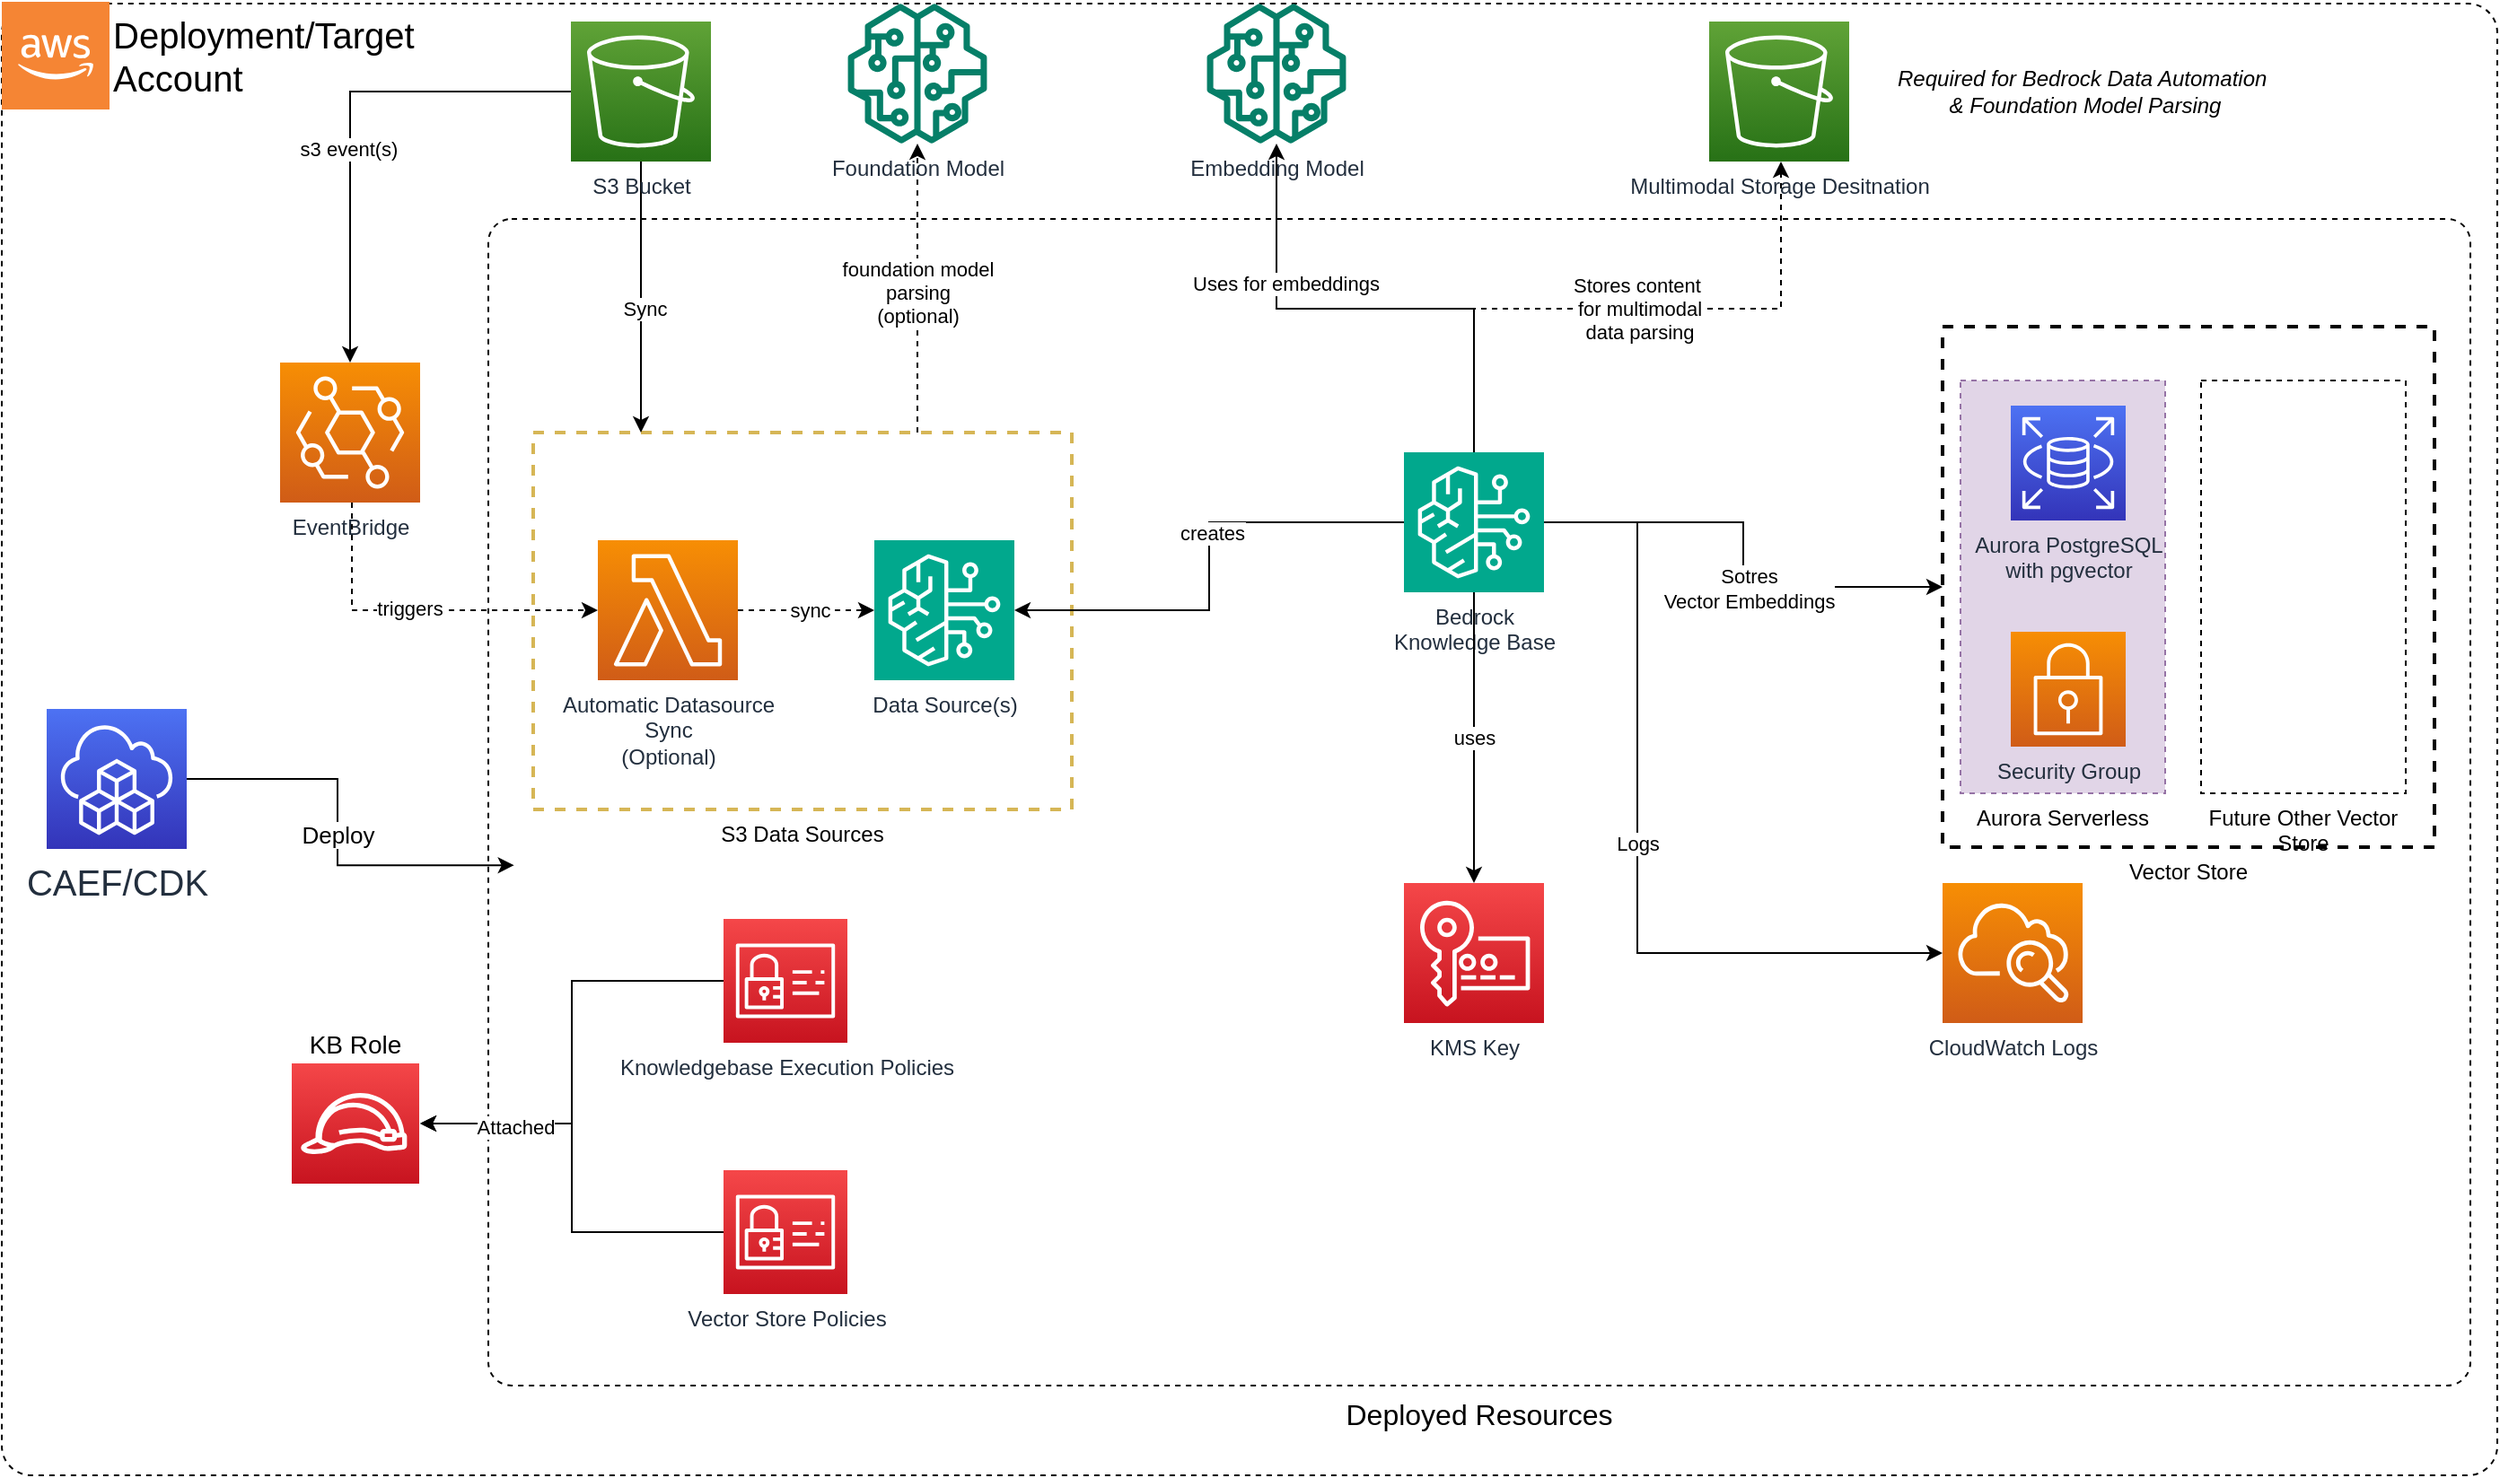
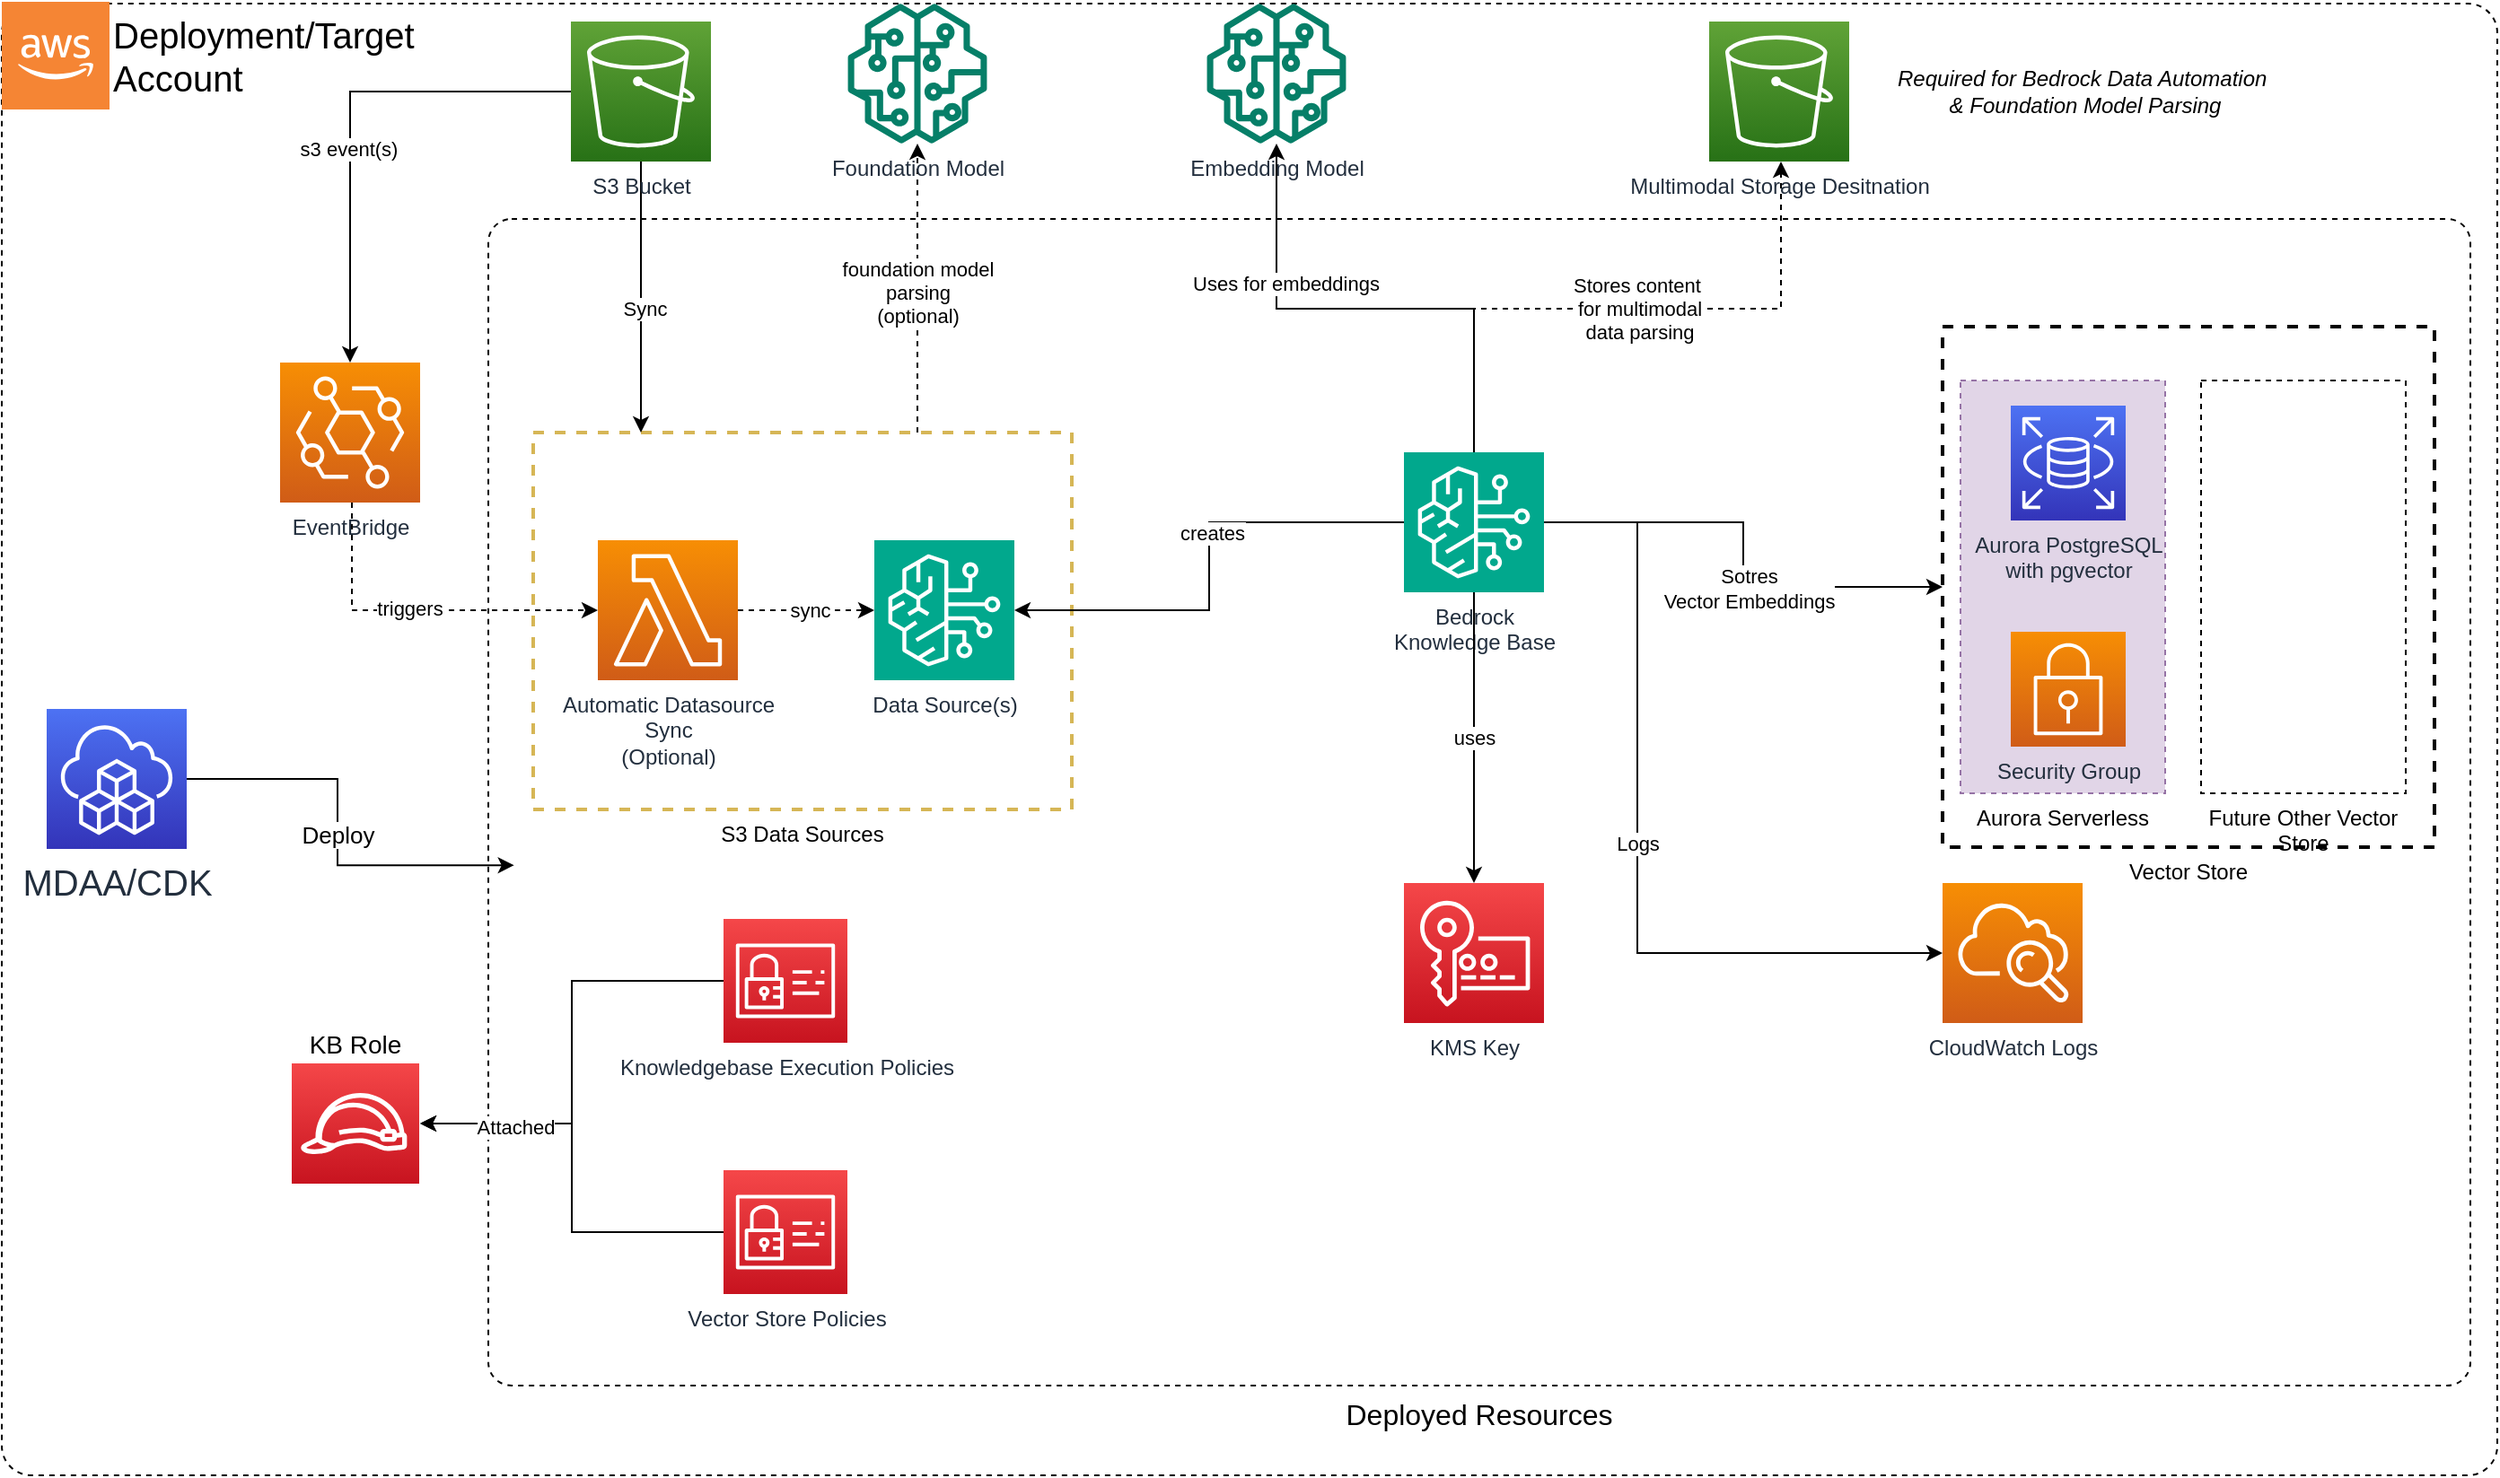
<mxfile host="Electron" agent="Mozilla/5.0 (Macintosh; Intel Mac OS X 10_15_7) AppleWebKit/537.36 (KHTML, like Gecko) draw.io/26.2.15 Chrome/134.0.6998.205 Electron/35.2.1 Safari/537.36" version="26.2.15">
  <diagram name="Page-1" id="bedrock-kb-architecture">
    <mxGraphModel dx="1992" dy="1244" grid="1" gridSize="10" guides="1" tooltips="1" connect="1" arrows="1" fold="1" page="1" pageScale="1" pageWidth="1400" pageHeight="900" math="0" shadow="0">
      <root>
        <mxCell id="0" />
        <mxCell id="1" parent="0" />
        <mxCell id="GsRXVs9v4z8RuMBvvd-P-30" value="" style="rounded=1;whiteSpace=wrap;html=1;fontSize=20;fillColor=none;arcSize=2;dashed=1;" vertex="1" parent="1">
          <mxGeometry x="5" y="10" width="1390" height="820" as="geometry" />
        </mxCell>
        <mxCell id="container" value="Deployed Resources" style="rounded=1;whiteSpace=wrap;html=1;fontSize=16;fillColor=none;arcSize=2;dashed=1;labelPosition=center;verticalLabelPosition=bottom;align=center;verticalAlign=top;" parent="1" vertex="1">
          <mxGeometry x="276" y="130" width="1104" height="650" as="geometry" />
        </mxCell>
        <mxCell id="vector-store-container" value="Vector Store" style="rounded=0;whiteSpace=wrap;html=1;labelPosition=center;verticalLabelPosition=bottom;align=center;verticalAlign=top;fillColor=none;strokeColor=default;dashed=1;strokeWidth=2;" parent="1" vertex="1">
          <mxGeometry x="1086" y="190" width="274" height="290" as="geometry" />
        </mxCell>
        <mxCell id="GsRXVs9v4z8RuMBvvd-P-26" value="Aurora Serverless" style="rounded=0;whiteSpace=wrap;html=1;labelPosition=center;verticalLabelPosition=bottom;align=center;verticalAlign=top;fillColor=#e1d5e7;strokeColor=#9673a6;dashed=1;" vertex="1" parent="1">
          <mxGeometry x="1096" y="220" width="114" height="230" as="geometry" />
        </mxCell>
        <mxCell id="aurora" value="Aurora PostgreSQL&#xa;with pgvector" style="sketch=0;points=[[0,0,0],[0.25,0,0],[0.5,0,0],[0.75,0,0],[1,0,0],[0,1,0],[0.25,1,0],[0.5,1,0],[0.75,1,0],[1,1,0],[0,0.25,0],[0,0.5,0],[0,0.75,0],[1,0.25,0],[1,0.5,0],[1,0.75,0]];outlineConnect=0;fontColor=#232F3E;gradientColor=#4D72F3;gradientDirection=north;fillColor=#3334B9;strokeColor=#ffffff;dashed=0;verticalLabelPosition=bottom;verticalAlign=top;align=center;html=1;fontSize=12;fontStyle=0;aspect=fixed;shape=mxgraph.aws4.resourceIcon;resIcon=mxgraph.aws4.rds;" parent="1" vertex="1">
          <mxGeometry x="1124" y="234" width="64" height="64" as="geometry" />
        </mxCell>
        <mxCell id="sg" value="Security Group" style="sketch=0;points=[[0,0,0],[0.25,0,0],[0.5,0,0],[0.75,0,0],[1,0,0],[0,1,0],[0.25,1,0],[0.5,1,0],[0.75,1,0],[1,1,0],[0,0.25,0],[0,0.5,0],[0,0.75,0],[1,0.25,0],[1,0.5,0],[1,0.75,0]];outlineConnect=0;fontColor=#232F3E;gradientColor=#F78E04;gradientDirection=north;fillColor=#D05C17;strokeColor=#ffffff;dashed=0;verticalLabelPosition=bottom;verticalAlign=top;align=center;html=1;fontSize=12;fontStyle=0;aspect=fixed;shape=mxgraph.aws4.resourceIcon;resIcon=mxgraph.aws4.security_group;" parent="1" vertex="1">
          <mxGeometry x="1124" y="360" width="64" height="64" as="geometry" />
        </mxCell>
        <mxCell id="GsRXVs9v4z8RuMBvvd-P-18" style="edgeStyle=orthogonalEdgeStyle;rounded=0;orthogonalLoop=1;jettySize=auto;html=1;dashed=1;" edge="1" parent="1" source="s3-container" target="GsRXVs9v4z8RuMBvvd-P-17">
          <mxGeometry relative="1" as="geometry">
            <Array as="points">
              <mxPoint x="515" y="170" />
              <mxPoint x="515" y="170" />
            </Array>
          </mxGeometry>
        </mxCell>
        <mxCell id="GsRXVs9v4z8RuMBvvd-P-19" value="foundation model&lt;div&gt;parsing&lt;/div&gt;&lt;div&gt;(optional)&lt;/div&gt;" style="edgeLabel;html=1;align=center;verticalAlign=middle;resizable=0;points=[];" vertex="1" connectable="0" parent="GsRXVs9v4z8RuMBvvd-P-18">
          <mxGeometry x="0.1623" y="-3" relative="1" as="geometry">
            <mxPoint x="-3" y="15" as="offset" />
          </mxGeometry>
        </mxCell>
        <mxCell id="s3-container" value="S3 Data Sources" style="rounded=0;whiteSpace=wrap;html=1;labelPosition=center;verticalLabelPosition=bottom;align=center;verticalAlign=top;fillColor=none;strokeColor=#d6b656;dashed=1;strokeWidth=2;" parent="1" vertex="1">
          <mxGeometry x="301" y="249" width="300" height="210" as="geometry" />
        </mxCell>
        <mxCell id="GsRXVs9v4z8RuMBvvd-P-10" style="edgeStyle=orthogonalEdgeStyle;rounded=0;orthogonalLoop=1;jettySize=auto;html=1;" edge="1" parent="1" source="s3" target="s3-container">
          <mxGeometry relative="1" as="geometry">
            <Array as="points">
              <mxPoint x="361" y="180" />
              <mxPoint x="361" y="180" />
            </Array>
          </mxGeometry>
        </mxCell>
        <mxCell id="GsRXVs9v4z8RuMBvvd-P-25" value="Sync" style="edgeLabel;html=1;align=center;verticalAlign=middle;resizable=0;points=[];" vertex="1" connectable="0" parent="GsRXVs9v4z8RuMBvvd-P-10">
          <mxGeometry x="0.0861" y="2" relative="1" as="geometry">
            <mxPoint as="offset" />
          </mxGeometry>
        </mxCell>
        <mxCell id="s3" value="S3 Bucket" style="sketch=0;points=[[0,0,0],[0.25,0,0],[0.5,0,0],[0.75,0,0],[1,0,0],[0,1,0],[0.25,1,0],[0.5,1,0],[0.75,1,0],[1,1,0],[0,0.25,0],[0,0.5,0],[0,0.75,0],[1,0.25,0],[1,0.5,0],[1,0.75,0]];outlineConnect=0;fontColor=#232F3E;gradientColor=#60A337;gradientDirection=north;fillColor=#277116;strokeColor=#ffffff;dashed=0;verticalLabelPosition=bottom;verticalAlign=top;align=center;html=1;fontSize=12;fontStyle=0;aspect=fixed;shape=mxgraph.aws4.resourceIcon;resIcon=mxgraph.aws4.s3;" parent="1" vertex="1">
          <mxGeometry x="322" y="20" width="78" height="78" as="geometry" />
        </mxCell>
        <mxCell id="datasource" value="Data Source(s)" style="sketch=0;points=[[0,0,0],[0.25,0,0],[0.5,0,0],[0.75,0,0],[1,0,0],[0,1,0],[0.25,1,0],[0.5,1,0],[0.75,1,0],[1,1,0],[0,0.25,0],[0,0.5,0],[0,0.75,0],[1,0.25,0],[1,0.5,0],[1,0.75,0]];outlineConnect=0;fontColor=#232F3E;fillColor=#01A88D;strokeColor=#ffffff;dashed=0;verticalLabelPosition=bottom;verticalAlign=top;align=center;html=1;fontSize=12;fontStyle=0;aspect=fixed;shape=mxgraph.aws4.resourceIcon;resIcon=mxgraph.aws4.bedrock;" parent="1" vertex="1">
          <mxGeometry x="491" y="309" width="78" height="78" as="geometry" />
        </mxCell>
        <mxCell id="embedding" value="Embedding Model" style="sketch=0;outlineConnect=0;fontColor=#232F3E;gradientColor=none;fillColor=#067F68;strokeColor=none;dashed=0;verticalLabelPosition=bottom;verticalAlign=top;align=center;html=1;fontSize=12;fontStyle=0;aspect=fixed;pointerEvents=1;shape=mxgraph.aws4.sagemaker_model;" parent="1" vertex="1">
          <mxGeometry x="676" y="10" width="78" height="78" as="geometry" />
        </mxCell>
        <mxCell id="kb-role-container" value="KB Role" style="group;labelPosition=center;verticalLabelPosition=top;align=center;verticalAlign=bottom;fontSize=14;" parent="1" vertex="1" connectable="0">
          <mxGeometry x="166" y="600" width="72" height="68" as="geometry" />
        </mxCell>
        <mxCell id="kb-role-bg" value="" style="rounded=0;whiteSpace=wrap;html=1;verticalAlign=bottom;fillColor=#C7131F;strokeColor=#ffffff;fontColor=#232F3E;sketch=0;gradientColor=#F54749;gradientDirection=north;dashed=0;fontStyle=0;labelPosition=center;verticalLabelPosition=top;align=center;" parent="kb-role-container" vertex="1">
          <mxGeometry width="72" height="68" as="geometry" />
        </mxCell>
        <mxCell id="kb-role-icon" value="" style="sketch=0;outlineConnect=0;dashed=0;verticalLabelPosition=bottom;verticalAlign=top;align=center;html=1;fontSize=12;fontStyle=0;aspect=fixed;pointerEvents=1;shape=mxgraph.aws4.role;" parent="kb-role-container" vertex="1">
          <mxGeometry x="5" y="17" width="60.27" height="34" as="geometry" />
        </mxCell>
        <mxCell id="GsRXVs9v4z8RuMBvvd-P-23" style="edgeStyle=orthogonalEdgeStyle;rounded=0;orthogonalLoop=1;jettySize=auto;html=1;entryX=1;entryY=0.5;entryDx=0;entryDy=0;" edge="1" parent="1" source="kb-policies" target="kb-role-bg">
          <mxGeometry relative="1" as="geometry" />
        </mxCell>
        <mxCell id="kb-policies" value="Knowledgebase Execution Policies" style="sketch=0;points=[[0,0,0],[0.25,0,0],[0.5,0,0],[0.75,0,0],[1,0,0],[0,1,0],[0.25,1,0],[0.5,1,0],[0.75,1,0],[1,1,0],[0,0.25,0],[0,0.5,0],[0,0.75,0],[1,0.25,0],[1,0.5,0],[1,0.75,0]];outlineConnect=0;fontColor=#232F3E;gradientColor=#F54749;gradientDirection=north;fillColor=#C7131F;strokeColor=#ffffff;dashed=0;verticalLabelPosition=bottom;verticalAlign=top;align=center;html=1;fontSize=12;fontStyle=0;aspect=fixed;shape=mxgraph.aws4.resourceIcon;resIcon=mxgraph.aws4.identity_and_access_management;" parent="1" vertex="1">
          <mxGeometry x="407" y="520" width="69" height="69" as="geometry" />
        </mxCell>
        <mxCell id="kb-kms" value="KMS Key" style="sketch=0;points=[[0,0,0],[0.25,0,0],[0.5,0,0],[0.75,0,0],[1,0,0],[0,1,0],[0.25,1,0],[0.5,1,0],[0.75,1,0],[1,1,0],[0,0.25,0],[0,0.5,0],[0,0.75,0],[1,0.25,0],[1,0.5,0],[1,0.75,0]];outlineConnect=0;fontColor=#232F3E;gradientColor=#F54749;gradientDirection=north;fillColor=#C7131F;strokeColor=#ffffff;dashed=0;verticalLabelPosition=bottom;verticalAlign=top;align=center;html=1;fontSize=12;fontStyle=0;aspect=fixed;shape=mxgraph.aws4.resourceIcon;resIcon=mxgraph.aws4.key_management_service;" parent="1" vertex="1">
          <mxGeometry x="786" y="500" width="78" height="78" as="geometry" />
        </mxCell>
        <mxCell id="logs" value="CloudWatch Logs" style="sketch=0;points=[[0,0,0],[0.25,0,0],[0.5,0,0],[0.75,0,0],[1,0,0],[0,1,0],[0.25,1,0],[0.5,1,0],[0.75,1,0],[1,1,0],[0,0.25,0],[0,0.5,0],[0,0.75,0],[1,0.25,0],[1,0.5,0],[1,0.75,0]];outlineConnect=0;fontColor=#232F3E;gradientColor=#F78E04;gradientDirection=north;fillColor=#D05C17;strokeColor=#ffffff;dashed=0;verticalLabelPosition=bottom;verticalAlign=top;align=center;html=1;fontSize=12;fontStyle=0;aspect=fixed;shape=mxgraph.aws4.resourceIcon;resIcon=mxgraph.aws4.cloudwatch;" parent="1" vertex="1">
          <mxGeometry x="1086" y="500" width="78" height="78" as="geometry" />
        </mxCell>
        <mxCell id="GsRXVs9v4z8RuMBvvd-P-12" value="" style="edgeStyle=orthogonalEdgeStyle;rounded=0;orthogonalLoop=1;jettySize=auto;html=1;dashed=1;" edge="1" parent="1" source="sync-lambda" target="datasource">
          <mxGeometry relative="1" as="geometry" />
        </mxCell>
        <mxCell id="GsRXVs9v4z8RuMBvvd-P-13" value="sync" style="edgeLabel;html=1;align=center;verticalAlign=middle;resizable=0;points=[];" vertex="1" connectable="0" parent="GsRXVs9v4z8RuMBvvd-P-12">
          <mxGeometry x="0.0435" relative="1" as="geometry">
            <mxPoint as="offset" />
          </mxGeometry>
        </mxCell>
        <mxCell id="sync-lambda" value="Automatic Datasource&lt;div&gt;Sync&lt;/div&gt;&lt;div&gt;(Optional)&lt;/div&gt;" style="sketch=0;points=[[0,0,0],[0.25,0,0],[0.5,0,0],[0.75,0,0],[1,0,0],[0,1,0],[0.25,1,0],[0.5,1,0],[0.75,1,0],[1,1,0],[0,0.25,0],[0,0.5,0],[0,0.75,0],[1,0.25,0],[1,0.5,0],[1,0.75,0]];outlineConnect=0;fontColor=#232F3E;gradientColor=#F78E04;gradientDirection=north;fillColor=#D05C17;strokeColor=#ffffff;dashed=0;verticalLabelPosition=bottom;verticalAlign=top;align=center;html=1;fontSize=12;fontStyle=0;aspect=fixed;shape=mxgraph.aws4.resourceIcon;resIcon=mxgraph.aws4.lambda;" parent="1" vertex="1">
          <mxGeometry x="337" y="309" width="78" height="78" as="geometry" />
        </mxCell>
        <mxCell id="eventbridge" value="EventBridge" style="sketch=0;points=[[0,0,0],[0.25,0,0],[0.5,0,0],[0.75,0,0],[1,0,0],[0,1,0],[0.25,1,0],[0.5,1,0],[0.75,1,0],[1,1,0],[0,0.25,0],[0,0.5,0],[0,0.75,0],[1,0.25,0],[1,0.5,0],[1,0.75,0]];outlineConnect=0;fontColor=#232F3E;gradientColor=#F78E04;gradientDirection=north;fillColor=#D05C17;strokeColor=#ffffff;dashed=0;verticalLabelPosition=bottom;verticalAlign=top;align=center;html=1;fontSize=12;fontStyle=0;aspect=fixed;shape=mxgraph.aws4.resourceIcon;resIcon=mxgraph.aws4.eventbridge;" parent="1" vertex="1">
          <mxGeometry x="160" y="210" width="78" height="78" as="geometry" />
        </mxCell>
        <mxCell id="kb-to-embedding" style="edgeStyle=orthogonalEdgeStyle;rounded=0;orthogonalLoop=1;jettySize=auto;html=1;exitX=0.5;exitY=0;exitDx=0;exitDy=0;exitPerimeter=0;" parent="1" source="GsRXVs9v4z8RuMBvvd-P-1" target="embedding" edge="1">
          <mxGeometry relative="1" as="geometry">
            <mxPoint x="825" y="300" as="sourcePoint" />
            <Array as="points">
              <mxPoint x="825" y="180" />
              <mxPoint x="715" y="180" />
            </Array>
          </mxGeometry>
        </mxCell>
        <mxCell id="kb-to-embedding-label" value="Uses for embeddings" style="edgeLabel;html=1;align=center;verticalAlign=middle;resizable=0;points=[];" parent="kb-to-embedding" vertex="1" connectable="0">
          <mxGeometry x="-0.1" y="2" relative="1" as="geometry">
            <mxPoint x="-58" y="-16" as="offset" />
          </mxGeometry>
        </mxCell>
        <mxCell id="GsRXVs9v4z8RuMBvvd-P-3" style="edgeStyle=orthogonalEdgeStyle;rounded=0;orthogonalLoop=1;jettySize=auto;html=1;" edge="1" parent="1" source="GsRXVs9v4z8RuMBvvd-P-1" target="datasource">
          <mxGeometry relative="1" as="geometry" />
        </mxCell>
        <mxCell id="GsRXVs9v4z8RuMBvvd-P-11" value="creates" style="edgeLabel;html=1;align=center;verticalAlign=middle;resizable=0;points=[];" vertex="1" connectable="0" parent="GsRXVs9v4z8RuMBvvd-P-3">
          <mxGeometry x="-0.1414" y="1" relative="1" as="geometry">
            <mxPoint as="offset" />
          </mxGeometry>
        </mxCell>
        <mxCell id="GsRXVs9v4z8RuMBvvd-P-4" style="edgeStyle=orthogonalEdgeStyle;rounded=0;orthogonalLoop=1;jettySize=auto;html=1;" edge="1" parent="1" source="GsRXVs9v4z8RuMBvvd-P-1" target="vector-store-container">
          <mxGeometry relative="1" as="geometry" />
        </mxCell>
        <mxCell id="GsRXVs9v4z8RuMBvvd-P-22" value="Sotres&lt;div&gt;Vector Embeddings&lt;/div&gt;" style="edgeLabel;html=1;align=center;verticalAlign=middle;resizable=0;points=[];" vertex="1" connectable="0" parent="GsRXVs9v4z8RuMBvvd-P-4">
          <mxGeometry x="0.1622" y="-1" relative="1" as="geometry">
            <mxPoint as="offset" />
          </mxGeometry>
        </mxCell>
        <mxCell id="GsRXVs9v4z8RuMBvvd-P-6" style="edgeStyle=orthogonalEdgeStyle;rounded=0;orthogonalLoop=1;jettySize=auto;html=1;dashed=1;" edge="1" parent="1" source="GsRXVs9v4z8RuMBvvd-P-1" target="GsRXVs9v4z8RuMBvvd-P-5">
          <mxGeometry relative="1" as="geometry">
            <Array as="points">
              <mxPoint x="825" y="180" />
              <mxPoint x="996" y="180" />
            </Array>
          </mxGeometry>
        </mxCell>
        <mxCell id="GsRXVs9v4z8RuMBvvd-P-7" value="Stores content&amp;nbsp;&lt;div&gt;for multimodal&lt;div&gt;data parsing&lt;/div&gt;&lt;/div&gt;" style="edgeLabel;html=1;align=center;verticalAlign=middle;resizable=0;points=[];" vertex="1" connectable="0" parent="GsRXVs9v4z8RuMBvvd-P-6">
          <mxGeometry x="0.125" y="1" relative="1" as="geometry">
            <mxPoint x="-16" y="1" as="offset" />
          </mxGeometry>
        </mxCell>
        <mxCell id="GsRXVs9v4z8RuMBvvd-P-1" value="Bedrock&lt;div&gt;Knowledge Base&lt;/div&gt;" style="sketch=0;points=[[0,0,0],[0.25,0,0],[0.5,0,0],[0.75,0,0],[1,0,0],[0,1,0],[0.25,1,0],[0.5,1,0],[0.75,1,0],[1,1,0],[0,0.25,0],[0,0.5,0],[0,0.75,0],[1,0.25,0],[1,0.5,0],[1,0.75,0]];outlineConnect=0;fontColor=#232F3E;fillColor=#01A88D;strokeColor=#ffffff;dashed=0;verticalLabelPosition=bottom;verticalAlign=top;align=center;html=1;fontSize=12;fontStyle=0;aspect=fixed;shape=mxgraph.aws4.resourceIcon;resIcon=mxgraph.aws4.bedrock;" vertex="1" parent="1">
          <mxGeometry x="786" y="260" width="78" height="78" as="geometry" />
        </mxCell>
        <mxCell id="GsRXVs9v4z8RuMBvvd-P-5" value="Multimodal Storage Desitnation" style="sketch=0;points=[[0,0,0],[0.25,0,0],[0.5,0,0],[0.75,0,0],[1,0,0],[0,1,0],[0.25,1,0],[0.5,1,0],[0.75,1,0],[1,1,0],[0,0.25,0],[0,0.5,0],[0,0.75,0],[1,0.25,0],[1,0.5,0],[1,0.75,0]];outlineConnect=0;fontColor=#232F3E;gradientColor=#60A337;gradientDirection=north;fillColor=#277116;strokeColor=#ffffff;dashed=0;verticalLabelPosition=bottom;verticalAlign=top;align=center;html=1;fontSize=12;fontStyle=0;aspect=fixed;shape=mxgraph.aws4.resourceIcon;resIcon=mxgraph.aws4.s3;" vertex="1" parent="1">
          <mxGeometry x="956" y="20" width="78" height="78" as="geometry" />
        </mxCell>
        <mxCell id="GsRXVs9v4z8RuMBvvd-P-8" value="Logs" style="edgeStyle=orthogonalEdgeStyle;rounded=0;orthogonalLoop=1;jettySize=auto;html=1;entryX=0;entryY=0.5;entryDx=0;entryDy=0;entryPerimeter=0;" edge="1" parent="1" source="GsRXVs9v4z8RuMBvvd-P-1" target="logs">
          <mxGeometry relative="1" as="geometry">
            <Array as="points">
              <mxPoint x="916" y="299" />
              <mxPoint x="916" y="539" />
            </Array>
          </mxGeometry>
        </mxCell>
        <mxCell id="GsRXVs9v4z8RuMBvvd-P-14" style="edgeStyle=orthogonalEdgeStyle;rounded=0;orthogonalLoop=1;jettySize=auto;html=1;entryX=0.5;entryY=0;entryDx=0;entryDy=0;entryPerimeter=0;" edge="1" parent="1" source="s3" target="eventbridge">
          <mxGeometry relative="1" as="geometry" />
        </mxCell>
        <mxCell id="GsRXVs9v4z8RuMBvvd-P-15" value="s3 event(s)" style="edgeLabel;html=1;align=center;verticalAlign=middle;resizable=0;points=[];" vertex="1" connectable="0" parent="GsRXVs9v4z8RuMBvvd-P-14">
          <mxGeometry x="0.1261" y="-1" relative="1" as="geometry">
            <mxPoint as="offset" />
          </mxGeometry>
        </mxCell>
        <mxCell id="GsRXVs9v4z8RuMBvvd-P-16" value="uses" style="edgeStyle=orthogonalEdgeStyle;rounded=0;orthogonalLoop=1;jettySize=auto;html=1;entryX=0.5;entryY=0;entryDx=0;entryDy=0;entryPerimeter=0;" edge="1" parent="1" source="GsRXVs9v4z8RuMBvvd-P-1" target="kb-kms">
          <mxGeometry relative="1" as="geometry" />
        </mxCell>
        <mxCell id="GsRXVs9v4z8RuMBvvd-P-17" value="Foundation Model" style="sketch=0;outlineConnect=0;fontColor=#232F3E;gradientColor=none;fillColor=#067F68;strokeColor=none;dashed=0;verticalLabelPosition=bottom;verticalAlign=top;align=center;html=1;fontSize=12;fontStyle=0;aspect=fixed;pointerEvents=1;shape=mxgraph.aws4.sagemaker_model;" vertex="1" parent="1">
          <mxGeometry x="476" y="10" width="78" height="78" as="geometry" />
        </mxCell>
        <mxCell id="GsRXVs9v4z8RuMBvvd-P-20" style="edgeStyle=orthogonalEdgeStyle;rounded=0;orthogonalLoop=1;jettySize=auto;html=1;entryX=0;entryY=0.5;entryDx=0;entryDy=0;entryPerimeter=0;dashed=1;" edge="1" parent="1" source="eventbridge" target="sync-lambda">
          <mxGeometry relative="1" as="geometry">
            <Array as="points">
              <mxPoint x="200" y="348" />
            </Array>
          </mxGeometry>
        </mxCell>
        <mxCell id="GsRXVs9v4z8RuMBvvd-P-21" value="triggers" style="edgeLabel;html=1;align=center;verticalAlign=middle;resizable=0;points=[];" vertex="1" connectable="0" parent="GsRXVs9v4z8RuMBvvd-P-20">
          <mxGeometry x="-0.0718" y="1" relative="1" as="geometry">
            <mxPoint as="offset" />
          </mxGeometry>
        </mxCell>
        <mxCell id="GsRXVs9v4z8RuMBvvd-P-27" value="Future Other Vector Store" style="rounded=0;whiteSpace=wrap;html=1;labelPosition=center;verticalLabelPosition=bottom;align=center;verticalAlign=top;fillColor=none;strokeColor=default;dashed=1;" vertex="1" parent="1">
          <mxGeometry x="1230" y="220" width="114" height="230" as="geometry" />
        </mxCell>
        <mxCell id="GsRXVs9v4z8RuMBvvd-P-28" value="&lt;i&gt;Required for Bedrock Data Automation&amp;nbsp;&lt;/i&gt;&lt;div&gt;&lt;i&gt;&amp;amp; Foundation Model Parsing&lt;/i&gt;&lt;/div&gt;" style="text;html=1;align=center;verticalAlign=middle;resizable=0;points=[];autosize=1;strokeColor=none;fillColor=none;" vertex="1" parent="1">
          <mxGeometry x="1050" y="39" width="230" height="40" as="geometry" />
        </mxCell>
-         <mxCell id="GsRXVs9v4z8RuMBvvd-P-29" value="CAEF/CDK" style="sketch=0;points=[[0,0,0],[0.25,0,0],[0.5,0,0],[0.75,0,0],[1,0,0],[0,1,0],[0.25,1,0],[0.5,1,0],[0.75,1,0],[1,1,0],[0,0.25,0],[0,0.5,0],[0,0.75,0],[1,0.25,0],[1,0.5,0],[1,0.75,0]];outlineConnect=0;fontColor=#232F3E;gradientColor=#4D72F3;gradientDirection=north;fillColor=#3334B9;strokeColor=#ffffff;dashed=0;verticalLabelPosition=bottom;verticalAlign=top;align=center;html=1;fontSize=20;fontStyle=0;aspect=fixed;shape=mxgraph.aws4.resourceIcon;resIcon=mxgraph.aws4.cloud_development_kit;" vertex="1" parent="1">
+         <mxCell id="GsRXVs9v4z8RuMBvvd-P-29" value="MDAA/CDK" style="sketch=0;points=[[0,0,0],[0.25,0,0],[0.5,0,0],[0.75,0,0],[1,0,0],[0,1,0],[0.25,1,0],[0.5,1,0],[0.75,1,0],[1,1,0],[0,0.25,0],[0,0.5,0],[0,0.75,0],[1,0.25,0],[1,0.5,0],[1,0.75,0]];outlineConnect=0;fontColor=#232F3E;gradientColor=#4D72F3;gradientDirection=north;fillColor=#3334B9;strokeColor=#ffffff;dashed=0;verticalLabelPosition=bottom;verticalAlign=top;align=center;html=1;fontSize=20;fontStyle=0;aspect=fixed;shape=mxgraph.aws4.resourceIcon;resIcon=mxgraph.aws4.cloud_development_kit;" vertex="1" parent="1">
          <mxGeometry x="30" y="403" width="78" height="78" as="geometry" />
        </mxCell>
        <mxCell id="GsRXVs9v4z8RuMBvvd-P-31" value="Deploy" style="edgeStyle=orthogonalEdgeStyle;rounded=0;orthogonalLoop=1;jettySize=auto;html=1;entryX=0.013;entryY=0.554;entryDx=0;entryDy=0;entryPerimeter=0;fontSize=13;" edge="1" parent="1" source="GsRXVs9v4z8RuMBvvd-P-29" target="container">
          <mxGeometry relative="1" as="geometry" />
        </mxCell>
        <mxCell id="GsRXVs9v4z8RuMBvvd-P-33" style="edgeStyle=orthogonalEdgeStyle;rounded=0;orthogonalLoop=1;jettySize=auto;html=1;entryX=1;entryY=0.5;entryDx=0;entryDy=0;" edge="1" parent="1" source="GsRXVs9v4z8RuMBvvd-P-32" target="kb-role-bg">
          <mxGeometry relative="1" as="geometry" />
        </mxCell>
        <mxCell id="GsRXVs9v4z8RuMBvvd-P-34" value="Attached" style="edgeLabel;html=1;align=center;verticalAlign=middle;resizable=0;points=[];" vertex="1" connectable="0" parent="GsRXVs9v4z8RuMBvvd-P-33">
          <mxGeometry x="0.5381" y="2" relative="1" as="geometry">
            <mxPoint as="offset" />
          </mxGeometry>
        </mxCell>
        <mxCell id="GsRXVs9v4z8RuMBvvd-P-32" value="Vector Store Policies" style="sketch=0;points=[[0,0,0],[0.25,0,0],[0.5,0,0],[0.75,0,0],[1,0,0],[0,1,0],[0.25,1,0],[0.5,1,0],[0.75,1,0],[1,1,0],[0,0.25,0],[0,0.5,0],[0,0.75,0],[1,0.25,0],[1,0.5,0],[1,0.75,0]];outlineConnect=0;fontColor=#232F3E;gradientColor=#F54749;gradientDirection=north;fillColor=#C7131F;strokeColor=#ffffff;dashed=0;verticalLabelPosition=bottom;verticalAlign=top;align=center;html=1;fontSize=12;fontStyle=0;aspect=fixed;shape=mxgraph.aws4.resourceIcon;resIcon=mxgraph.aws4.identity_and_access_management;" vertex="1" parent="1">
          <mxGeometry x="407" y="660" width="69" height="69" as="geometry" />
        </mxCell>
        <mxCell id="GsRXVs9v4z8RuMBvvd-P-35" value="Deployment/Target&lt;br style=&quot;font-size: 20px;&quot;&gt;Account" style="outlineConnect=0;dashed=0;verticalLabelPosition=middle;verticalAlign=middle;align=left;html=1;shape=mxgraph.aws3.cloud_2;fillColor=#F58534;gradientColor=none;labelPosition=right;fontSize=20;" vertex="1" parent="1">
          <mxGeometry x="5" y="9" width="60" height="60" as="geometry" />
        </mxCell>
      </root>
    </mxGraphModel>
  </diagram>
</mxfile>
